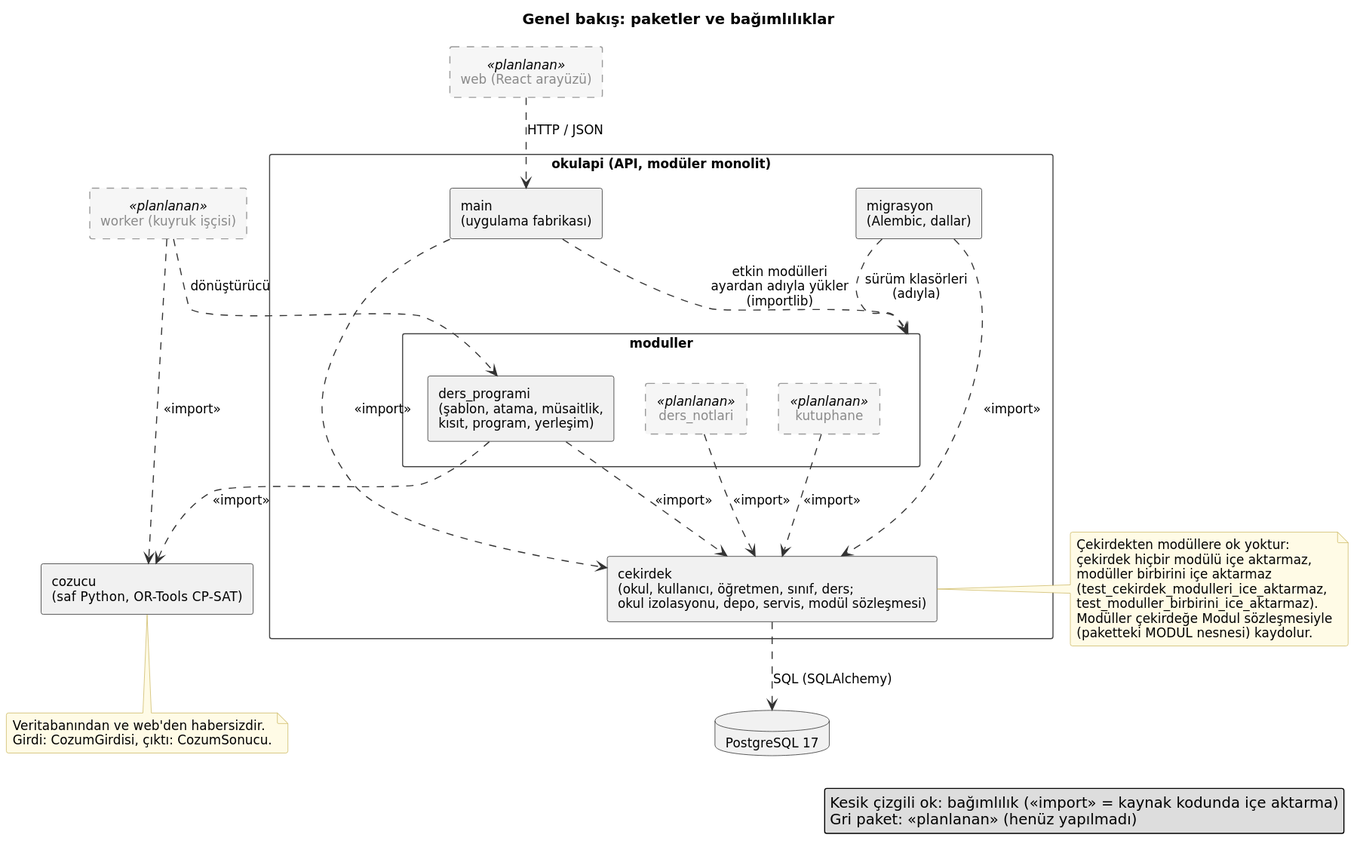
This is docs/diyagramlar/cikti/01-genel-bakis.svg from yusuf-aycicek/cizelge, a PlantUML export, as it was before one commit.
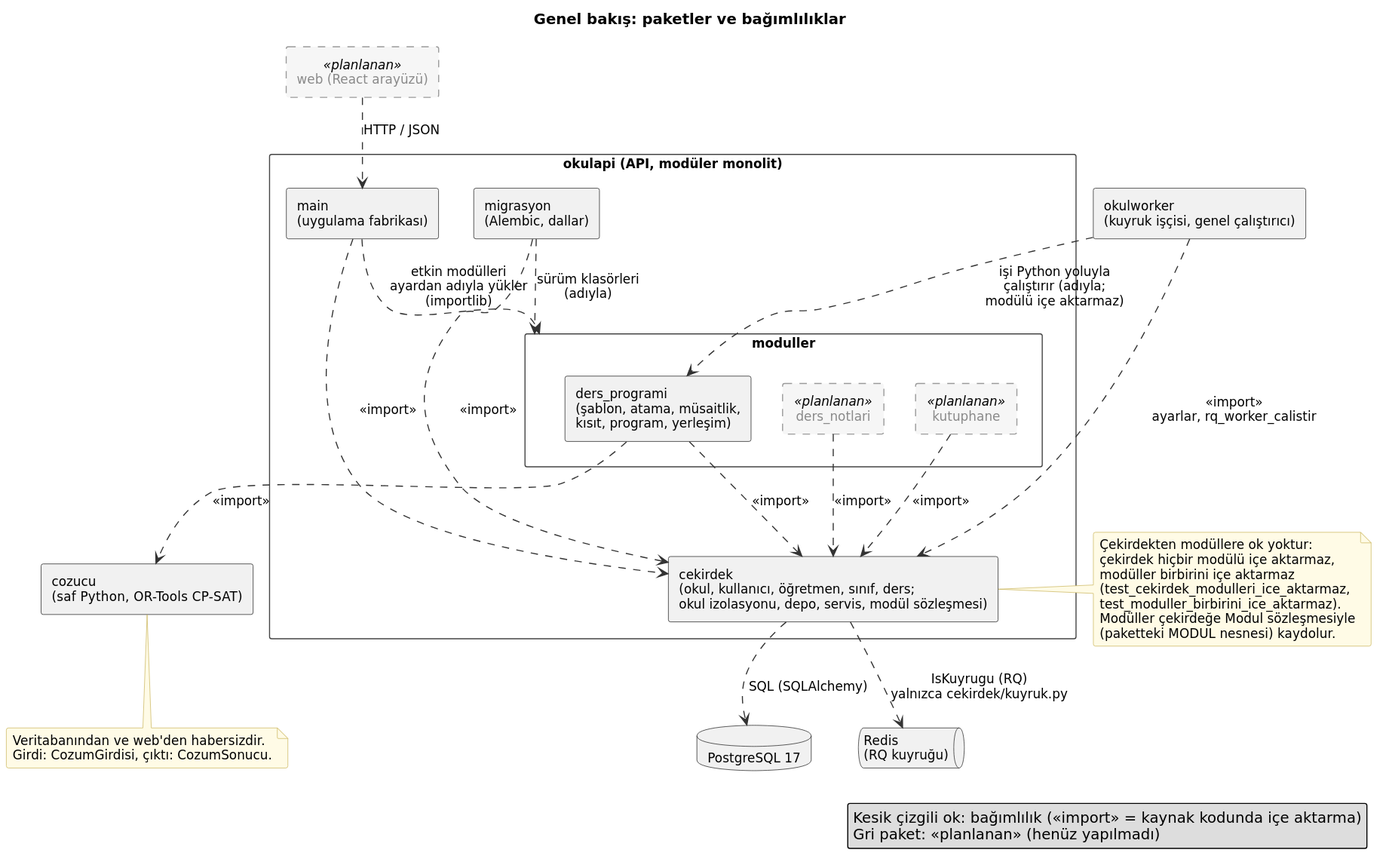
After the change.

What changed in the source:
```diff
@@ -5,7 +5,7 @@
 
 package "web (React arayüzü)" <<planlanan>> as web #F6F6F6;line.dashed;line:9A9A9A;text:8A8A8A {
 }
-package "worker (kuyruk işçisi)" <<planlanan>> as worker #F6F6F6;line.dashed;line:9A9A9A;text:8A8A8A {
+package "okulworker\n(kuyruk işçisi, genel çalıştırıcı)" as worker {
 }
 
 package "okulapi (API, modüler monolit)" as okulapi {
@@ -29,6 +29,7 @@
 }
 
 database "PostgreSQL 17" as pg
+queue "Redis\n(RQ kuyruğu)" as redis
 
 web ..> main : HTTP / JSON
 main ..> cekirdek : <<import>>
@@ -39,9 +40,10 @@
 ders_programi ..> cozucu : <<import>>
 ders_notlari ..> cekirdek : <<import>>
 kutuphane ..> cekirdek : <<import>>
-worker ..> ders_programi : dönüştürücü
-worker ..> cozucu : <<import>>
+worker ..> cekirdek : <<import>>\nayarlar, rq_worker_calistir
+worker ..> ders_programi : işi Python yoluyla\nçalıştırır (adıyla;\nmodülü içe aktarmaz)
 cekirdek ..> pg : SQL (SQLAlchemy)
+cekirdek ..> redis : IsKuyrugu (RQ)\nyalnızca cekirdek/kuyruk.py
 
 note right of cekirdek
   Çekirdekten modüllere ok yoktur:
```
